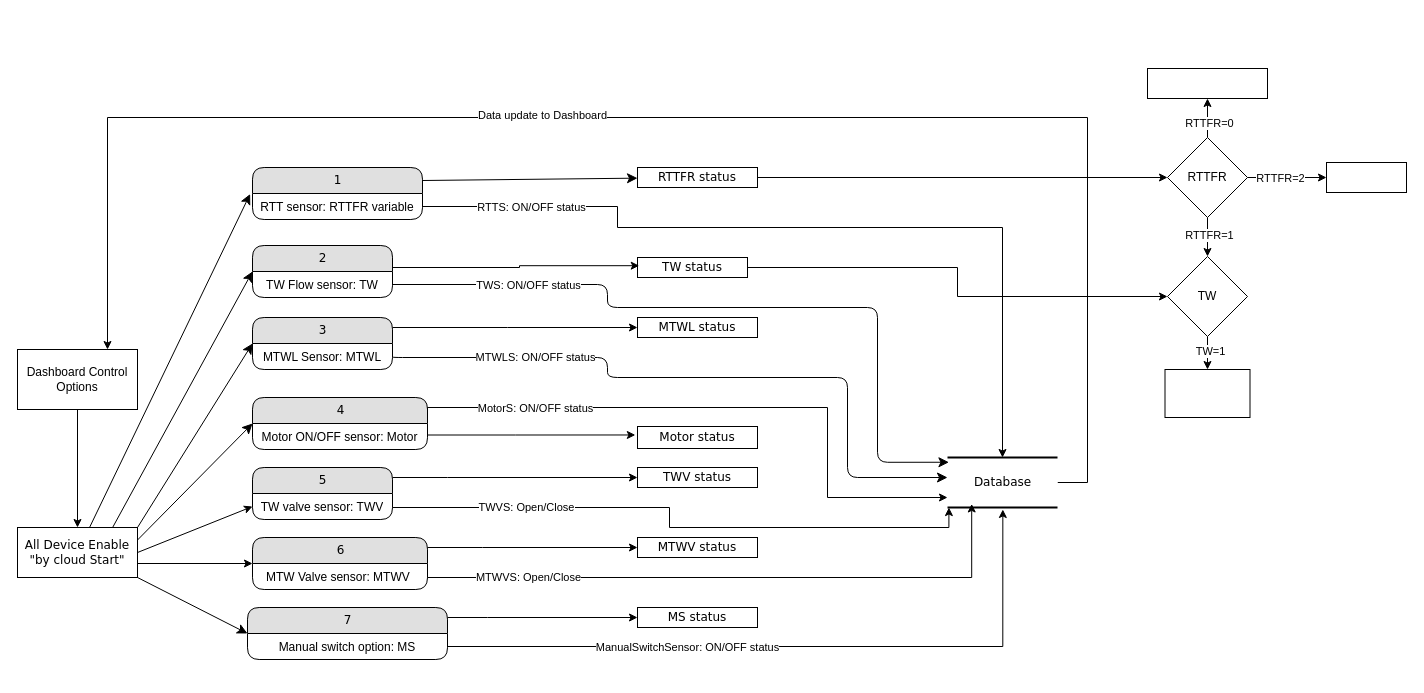
Above: HydroSense IoT.drawio in ThorPandit/HydroSense-IoT (draw.io), before the change. Source tidied: cells renumbered, new cells numbered last; positions are measured from the earlier drawing's top-left corner, leaving out a move shared by most shapes. Both pictures are drawn from the tidied source at 100%, with x=0, y=0 at pixel (17, 68).
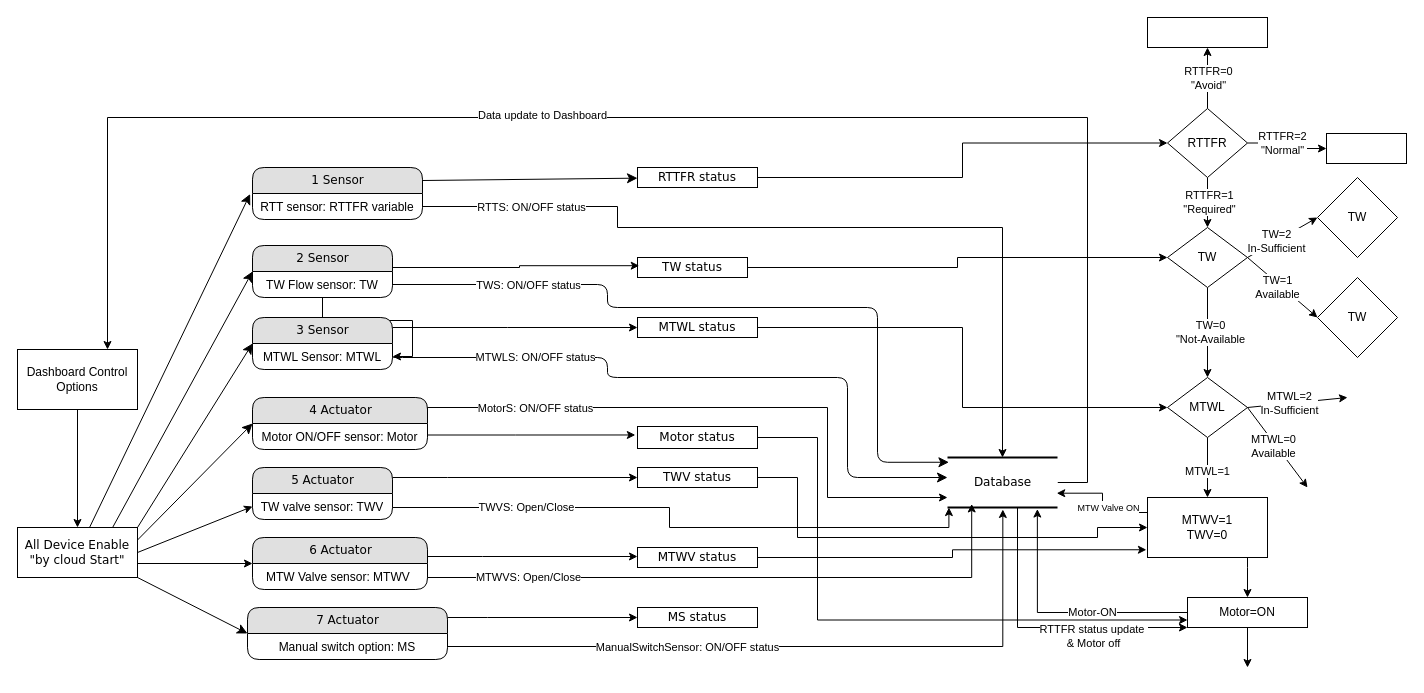
The same diagram, later.

The change refers to these unchanged cells:
```xml
<mxCell id="4" value="Database" style="html=1;rounded=0;shadow=0;comic=0;labelBackgroundColor=none;strokeWidth=2;fontFamily=Verdana;fontSize=12;align=center;shape=mxgraph.ios7ui.horLines;" parent="1" vertex="1">
  <mxGeometry x="930" y="389" width="110" height="50" as="geometry" />
</mxCell>
<mxCell id="18" value="MTWL Sensor: MTWL" style="text;html=1;strokeColor=none;fillColor=none;spacingLeft=4;spacingRight=4;whiteSpace=wrap;overflow=hidden;points=[[0,0.5],[1,0.5]];portConstraint=eastwest;align=center;" parent="17" vertex="1">
  <mxGeometry y="26" width="140" height="26" as="geometry" />
</mxCell>
<mxCell id="41" value="MTWL status" style="whiteSpace=wrap;html=1;rounded=0;shadow=0;comic=0;labelBackgroundColor=none;strokeWidth=1;fontFamily=Verdana;fontSize=12;align=center;" parent="1" vertex="1">
  <mxGeometry x="620" y="249" width="120" height="20" as="geometry" />
</mxCell>
<mxCell id="42" value="Motor status" style="whiteSpace=wrap;html=1;rounded=0;shadow=0;comic=0;labelBackgroundColor=none;strokeWidth=1;fontFamily=Verdana;fontSize=12;align=center;" parent="1" vertex="1">
  <mxGeometry x="620" y="358" width="120" height="22" as="geometry" />
</mxCell>
<mxCell id="52" value="TWV status" style="whiteSpace=wrap;html=1;rounded=0;shadow=0;comic=0;labelBackgroundColor=none;strokeWidth=1;fontFamily=Verdana;fontSize=12;align=center;" parent="1" vertex="1">
  <mxGeometry x="620" y="399" width="120" height="20" as="geometry" />
</mxCell>
<mxCell id="58" style="edgeStyle=orthogonalEdgeStyle;rounded=0;jettySize=auto;html=1;entryX=0.5;entryY=0;entryDx=0;entryDy=0;" parent="1" edge="1" source="64" target="70">
  <mxGeometry relative="1" as="geometry" />
</mxCell>
<mxCell id="60" style="edgeStyle=orthogonalEdgeStyle;rounded=0;jettySize=auto;html=1;" parent="1" edge="1" source="64" target="65">
  <mxGeometry relative="1" as="geometry" />
</mxCell>
<mxCell id="62" style="edgeStyle=orthogonalEdgeStyle;rounded=0;jettySize=auto;html=1;" parent="1" edge="1" source="64" target="66">
  <mxGeometry relative="1" as="geometry" />
</mxCell>
```

Diff of the diagram source:
```diff
@@
-    <mxCell id="11" value="1" style="swimlane;html=1;fontStyle=0;horizontal=1;startSize=26;fillColor=#e0e0e0;swimlaneFillColor=#ffffff;align=center;rounded=1;shadow=0;comic=0;labelBackgroundColor=none;strokeWidth=1;fontFamily=Verdana;fontSize=12;" parent="1" vertex="1">
+    <mxCell id="11" value="1 Sensor" style="swimlane;html=1;fontStyle=0;horizontal=1;startSize=26;fillColor=#e0e0e0;swimlaneFillColor=#ffffff;align=center;rounded=1;shadow=0;comic=0;labelBackgroundColor=none;strokeWidth=1;fontFamily=Verdana;fontSize=12;" parent="1" vertex="1">
       <mxGeometry x="235" y="99" width="170" height="52" as="geometry" />
     </mxCell>
@@
+    <mxCell id="72" style="edgeStyle=orthogonalEdgeStyle;rounded=0;jettySize=auto;html=1;" parent="1" edge="1" source="13" target="18">
+      <mxGeometry relative="1" as="geometry" />
+    </mxCell>
-    <mxCell id="13" value="2" style="swimlane;html=1;fontStyle=0;horizontal=1;startSize=26;fillColor=#e0e0e0;swimlaneFillColor=#ffffff;align=center;rounded=1;shadow=0;comic=0;labelBackgroundColor=none;strokeWidth=1;fontFamily=Verdana;fontSize=12;" parent="1" vertex="1">
+    <mxCell id="13" value="2 Sensor" style="swimlane;html=1;fontStyle=0;horizontal=1;startSize=26;fillColor=#e0e0e0;swimlaneFillColor=#ffffff;align=center;rounded=1;shadow=0;comic=0;labelBackgroundColor=none;strokeWidth=1;fontFamily=Verdana;fontSize=12;" parent="1" vertex="1">
       <mxGeometry x="235" y="177" width="140" height="52" as="geometry" />
     </mxCell>
@@
-    <mxCell id="17" value="3" style="swimlane;html=1;fontStyle=0;horizontal=1;startSize=26;fillColor=#e0e0e0;swimlaneFillColor=#ffffff;align=center;rounded=1;shadow=0;comic=0;labelBackgroundColor=none;strokeWidth=1;fontFamily=Verdana;fontSize=12;" parent="1" vertex="1">
+    <mxCell id="17" value="3 Sensor" style="swimlane;html=1;fontStyle=0;horizontal=1;startSize=26;fillColor=#e0e0e0;swimlaneFillColor=#ffffff;align=center;rounded=1;shadow=0;comic=0;labelBackgroundColor=none;strokeWidth=1;fontFamily=Verdana;fontSize=12;" parent="1" vertex="1">
       <mxGeometry x="235" y="249" width="140" height="52" as="geometry" />
     </mxCell>
@@
-    <mxCell id="20" value="4" style="swimlane;html=1;fontStyle=0;horizontal=1;startSize=26;fillColor=#e0e0e0;swimlaneFillColor=#ffffff;align=center;rounded=1;shadow=0;comic=0;labelBackgroundColor=none;strokeWidth=1;fontFamily=Verdana;fontSize=12;" parent="1" vertex="1">
+    <mxCell id="20" value="4 Actuator" style="swimlane;html=1;fontStyle=0;horizontal=1;startSize=26;fillColor=#e0e0e0;swimlaneFillColor=#ffffff;align=center;rounded=1;shadow=0;comic=0;labelBackgroundColor=none;strokeWidth=1;fontFamily=Verdana;fontSize=12;" parent="1" vertex="1">
       <mxGeometry x="235" y="329" width="175" height="52" as="geometry" />
     </mxCell>
@@
-    <mxCell id="24" value="7" style="swimlane;html=1;fontStyle=0;horizontal=1;startSize=26;fillColor=#e0e0e0;swimlaneFillColor=#ffffff;align=center;rounded=1;shadow=0;comic=0;labelBackgroundColor=none;strokeWidth=1;fontFamily=Verdana;fontSize=12;" parent="1" vertex="1">
+    <mxCell id="24" value="7 Actuator" style="swimlane;html=1;fontStyle=0;horizontal=1;startSize=26;fillColor=#e0e0e0;swimlaneFillColor=#ffffff;align=center;rounded=1;shadow=0;comic=0;labelBackgroundColor=none;strokeWidth=1;fontFamily=Verdana;fontSize=12;" parent="1" vertex="1">
       <mxGeometry x="230" y="539" width="200" height="52" as="geometry" />
     </mxCell>
@@
+    <mxCell id="73" style="edgeStyle=orthogonalEdgeStyle;rounded=0;jettySize=auto;html=1;entryX=0;entryY=0.5;entryDx=0;entryDy=0;" parent="1" edge="1" source="41" target="78">
+      <mxGeometry relative="1" as="geometry" />
+    </mxCell>
@@
+    <mxCell id="74" style="edgeStyle=orthogonalEdgeStyle;rounded=0;jettySize=auto;html=1;entryX=0;entryY=0.75;entryDx=0;entryDy=0;" parent="1" edge="1" source="42" target="88">
+      <mxGeometry relative="1" as="geometry">
+        <Array as="points">
+          <mxPoint x="800" y="369" />
+          <mxPoint x="800" y="552" />
+        </Array>
+      </mxGeometry>
+    </mxCell>
@@
-    <mxCell id="44" value="5" style="swimlane;html=1;fontStyle=0;horizontal=1;startSize=26;fillColor=#e0e0e0;swimlaneFillColor=#ffffff;align=center;rounded=1;shadow=0;comic=0;labelBackgroundColor=none;strokeWidth=1;fontFamily=Verdana;fontSize=12;" parent="1" vertex="1">
+    <mxCell id="44" value="5 Actuator" style="swimlane;html=1;fontStyle=0;horizontal=1;startSize=26;fillColor=#e0e0e0;swimlaneFillColor=#ffffff;align=center;rounded=1;shadow=0;comic=0;labelBackgroundColor=none;strokeWidth=1;fontFamily=Verdana;fontSize=12;" parent="1" vertex="1">
       <mxGeometry x="235" y="399" width="140" height="52" as="geometry" />
     </mxCell>
@@
-    <mxCell id="46" value="6" style="swimlane;html=1;fontStyle=0;horizontal=1;startSize=26;fillColor=#e0e0e0;swimlaneFillColor=#ffffff;align=center;rounded=1;shadow=0;comic=0;labelBackgroundColor=none;strokeWidth=1;fontFamily=Verdana;fontSize=12;" parent="1" vertex="1">
+    <mxCell id="46" value="6 Actuator" style="swimlane;html=1;fontStyle=0;horizontal=1;startSize=26;fillColor=#e0e0e0;swimlaneFillColor=#ffffff;align=center;rounded=1;shadow=0;comic=0;labelBackgroundColor=none;strokeWidth=1;fontFamily=Verdana;fontSize=12;" parent="1" vertex="1">
       <mxGeometry x="235" y="469" width="175" height="52" as="geometry" />
     </mxCell>
@@
+    <mxCell id="75" style="edgeStyle=orthogonalEdgeStyle;rounded=0;jettySize=auto;html=1;entryX=0;entryY=0.5;entryDx=0;entryDy=0;" parent="1" edge="1" source="52" target="86">
+      <mxGeometry relative="1" as="geometry">
+        <Array as="points">
+          <mxPoint x="780" y="409" />
+          <mxPoint x="780" y="469" />
+          <mxPoint x="1080" y="469" />
+          <mxPoint x="1080" y="459" />
+        </Array>
+      </mxGeometry>
+    </mxCell>
@@
-    <mxCell id="53" style="edgeStyle=orthogonalEdgeStyle;rounded=0;jettySize=auto;html=1;entryX=0;entryY=0.5;entryDx=0;entryDy=0;" parent="1" edge="1" target="54">
+    <mxCell id="53" style="edgeStyle=orthogonalEdgeStyle;rounded=0;orthogonalLoop=1;jettySize=auto;html=1;entryX=0;entryY=0.5;entryDx=0;entryDy=0;" parent="1" edge="1">
       <mxGeometry relative="1" as="geometry">
-        <mxPoint x="410" y="479" as="sourcePoint" />
+        <mxPoint x="410" y="488" as="sourcePoint" />
+        <mxPoint x="620" y="488" as="targetPoint" />
         <Array as="points">
-          <mxPoint x="465" y="479" />
-          <mxPoint x="465" y="479" />
+          <mxPoint x="465" y="488" />
+          <mxPoint x="465" y="488" />
         </Array>
       </mxGeometry>
     </mxCell>
     <mxCell id="54" value="MTWV status" style="whiteSpace=wrap;html=1;rounded=0;shadow=0;comic=0;labelBackgroundColor=none;strokeWidth=1;fontFamily=Verdana;fontSize=12;align=center;" parent="1" vertex="1">
-      <mxGeometry x="620" y="469" width="120" height="20" as="geometry" />
+      <mxGeometry x="620" y="479" width="120" height="20" as="geometry" />
     </mxCell>
@@
-    <mxCell id="59" value="RTTFR=1" style="edgeLabel;html=1;align=center;verticalAlign=middle;" parent="58" vertex="1">
+    <mxCell id="59" value="RTTFR=1&lt;div&gt;&quot;Required&quot;&lt;/div&gt;" style="edgeLabel;html=1;align=center;verticalAlign=middle;" parent="58" vertex="1">
       <mxGeometry x="0.11" y="1" relative="1" as="geometry">
         <mxPoint y="-4" as="offset" />
       </mxGeometry>
     </mxCell>
@@
-    <mxCell id="61" value="RTTFR=2" style="edgeLabel;html=1;align=center;verticalAlign=middle;" parent="60" vertex="1">
+    <mxCell id="61" value="RTTFR=2&lt;div&gt;&quot;Normal&quot;&lt;/div&gt;" style="edgeLabel;html=1;align=center;verticalAlign=middle;" parent="60" vertex="1">
       <mxGeometry x="-0.2" y="-2" relative="1" as="geometry">
         <mxPoint y="-2" as="offset" />
       </mxGeometry>
     </mxCell>
@@
-    <mxCell id="63" value="RTTFR=0" style="edgeLabel;html=1;align=center;verticalAlign=middle;" parent="62" vertex="1">
-      <mxGeometry x="-0.25" y="-1" relative="1" as="geometry" />
+    <mxCell id="63" value="RTTFR=0&lt;div&gt;&quot;Avoid&quot;&lt;/div&gt;" style="edgeLabel;html=1;align=center;verticalAlign=middle;" parent="62" vertex="1">
+      <mxGeometry x="-0.25" y="-1" relative="1" as="geometry">
+        <mxPoint x="-1" y="-8" as="offset" />
+      </mxGeometry>
     </mxCell>
     <mxCell id="64" value="RTTFR" style="rhombus;whiteSpace=wrap;html=1;" parent="1" vertex="1">
-      <mxGeometry x="1150" y="69" width="80" height="80" as="geometry" />
+      <mxGeometry x="1150" y="40" width="80" height="69" as="geometry" />
     </mxCell>
     <mxCell id="65" style="rounded=0;whiteSpace=wrap;html=1;" parent="1" vertex="1">
-      <mxGeometry x="1309" y="94" width="80" height="30" as="geometry" />
+      <mxGeometry x="1309" y="65" width="80" height="30" as="geometry" />
     </mxCell>
     <mxCell id="66" style="rounded=0;whiteSpace=wrap;html=1;" parent="1" vertex="1">
-      <mxGeometry x="1130" width="120" height="30" as="geometry" />
+      <mxGeometry x="1130" y="-51" width="120" height="30" as="geometry" />
     </mxCell>
@@
-    <mxCell id="68" style="edgeStyle=orthogonalEdgeStyle;rounded=0;jettySize=auto;html=1;" parent="1" edge="1" source="70" target="71">
+    <mxCell id="68" style="edgeStyle=orthogonalEdgeStyle;rounded=0;jettySize=auto;html=1;entryX=0.5;entryY=0;entryDx=0;entryDy=0;" parent="1" edge="1" source="70" target="78">
       <mxGeometry relative="1" as="geometry" />
     </mxCell>
-    <mxCell id="69" value="TW=1" style="edgeLabel;html=1;align=center;verticalAlign=middle;" parent="68" vertex="1">
-      <mxGeometry x="0.19" y="2" relative="1" as="geometry" />
+    <mxCell id="69" value="TW=0&lt;div&gt;&quot;Not-Available&lt;/div&gt;" style="edgeLabel;html=1;align=center;verticalAlign=middle;" parent="68" vertex="1">
+      <mxGeometry x="0.19" y="2" relative="1" as="geometry">
+        <mxPoint y="-10" as="offset" />
+      </mxGeometry>
     </mxCell>
     <mxCell id="70" value="TW" style="rhombus;whiteSpace=wrap;html=1;" parent="1" vertex="1">
-      <mxGeometry x="1150" y="188" width="80" height="80" as="geometry" />
+      <mxGeometry x="1150" y="159" width="80" height="60" as="geometry" />
     </mxCell>
-    <mxCell id="71" style="rounded=0;whiteSpace=wrap;html=1;" parent="1" vertex="1">
-      <mxGeometry x="1147.5" y="301" width="85" height="48" as="geometry" />
-    </mxCell>
+    <mxCell id="76" style="edgeStyle=orthogonalEdgeStyle;rounded=0;jettySize=auto;html=1;" parent="1" edge="1" source="78" target="86">
+      <mxGeometry relative="1" as="geometry" />
+    </mxCell>
+    <mxCell id="77" value="MTWL=1" style="edgeLabel;html=1;align=center;verticalAlign=middle;" parent="76" vertex="1">
+      <mxGeometry x="0.1" y="-1" relative="1" as="geometry" />
+    </mxCell>
+    <mxCell id="78" value="MTWL" style="rhombus;whiteSpace=wrap;html=1;" parent="1" vertex="1">
+      <mxGeometry x="1150" y="309" width="80" height="60" as="geometry" />
+    </mxCell>
+    <mxCell id="79" value="TW" style="rhombus;whiteSpace=wrap;html=1;" parent="1" vertex="1">
+      <mxGeometry x="1300" y="209" width="80" height="80" as="geometry" />
+    </mxCell>
+    <mxCell id="80" value="TW" style="rhombus;whiteSpace=wrap;html=1;" parent="1" vertex="1">
+      <mxGeometry x="1300" y="109" width="80" height="80" as="geometry" />
+    </mxCell>
+    <mxCell id="81" style="endArrow=classic;html=1;rounded=0;entryX=0;entryY=0.5;entryDx=0;entryDy=0;exitX=1;exitY=0.5;exitDx=0;exitDy=0;" parent="1" edge="1" source="70" target="80">
+      <mxGeometry relative="1" as="geometry" />
+    </mxCell>
+    <mxCell id="82" value="TW=2&lt;div&gt;In-Sufficient&lt;/div&gt;" style="edgeLabel;html=1;align=center;verticalAlign=middle;" parent="81" vertex="1">
+      <mxGeometry x="-0.17" relative="1" as="geometry" />
+    </mxCell>
+    <mxCell id="83" style="endArrow=classic;html=1;rounded=0;entryX=0;entryY=0.5;entryDx=0;entryDy=0;exitX=1;exitY=0.5;exitDx=0;exitDy=0;" parent="1" edge="1" source="70" target="79">
+      <mxGeometry relative="1" as="geometry" />
+    </mxCell>
+    <mxCell id="84" value="TW=1&lt;div&gt;Available&lt;/div&gt;" style="edgeLabel;html=1;align=center;verticalAlign=middle;" parent="83" vertex="1">
+      <mxGeometry x="-0.09" y="-3" relative="1" as="geometry" />
+    </mxCell>
+    <mxCell id="85" style="edgeStyle=orthogonalEdgeStyle;rounded=0;jettySize=auto;html=1;entryX=0.5;entryY=0;entryDx=0;entryDy=0;" parent="1" edge="1" source="86" target="88">
+      <mxGeometry relative="1" as="geometry">
+        <Array as="points">
+          <mxPoint x="1230" y="499" />
+          <mxPoint x="1230" y="499" />
+        </Array>
+      </mxGeometry>
+    </mxCell>
+    <mxCell id="86" value="MTWV=1&lt;br&gt;TWV=0" style="rounded=0;whiteSpace=wrap;html=1;" parent="1" vertex="1">
+      <mxGeometry x="1130" y="429" width="120" height="60" as="geometry" />
+    </mxCell>
+    <mxCell id="87" style="edgeStyle=orthogonalEdgeStyle;rounded=0;jettySize=auto;html=1;entryX=-0.009;entryY=0.871;entryDx=0;entryDy=0;entryPerimeter=0;" parent="1" edge="1" source="54" target="86">
+      <mxGeometry relative="1" as="geometry" />
+    </mxCell>
+    <mxCell id="88" value="Motor=ON" style="rounded=0;whiteSpace=wrap;html=1;" parent="1" vertex="1">
+      <mxGeometry x="1170" y="529" width="120" height="30" as="geometry" />
+    </mxCell>
+    <mxCell id="89" style="edgeStyle=orthogonalEdgeStyle;rounded=0;jettySize=auto;html=1;exitX=0;exitY=0.25;exitDx=0;exitDy=0;entryX=0.993;entryY=0.714;entryDx=0;entryDy=0;entryPerimeter=0;" parent="1" edge="1" source="86" target="4">
+      <mxGeometry relative="1" as="geometry" />
+    </mxCell>
+    <mxCell id="90" value="&lt;font style=&quot;font-size: 9px;&quot;&gt;MTW&amp;nbsp;&lt;/font&gt;&lt;span style=&quot;font-size: 9px; background-color: light-dark(#ffffff, var(--ge-dark-color, #121212)); color: light-dark(rgb(0, 0, 0), rgb(255, 255, 255));&quot;&gt;Valve ON&lt;/span&gt;" style="edgeLabel;html=1;align=center;verticalAlign=middle;" parent="89" vertex="1">
+      <mxGeometry x="-0.4" relative="1" as="geometry">
+        <mxPoint x="-7" y="-6" as="offset" />
+      </mxGeometry>
+    </mxCell>
+    <mxCell id="91" style="edgeStyle=orthogonalEdgeStyle;rounded=0;jettySize=auto;html=1;entryX=0.817;entryY=1.031;entryDx=0;entryDy=0;entryPerimeter=0;" parent="1" edge="1" source="88" target="4">
+      <mxGeometry relative="1" as="geometry" />
+    </mxCell>
+    <mxCell id="92" value="Motor-ON" style="edgeLabel;html=1;align=center;verticalAlign=middle;" parent="91" vertex="1">
+      <mxGeometry x="-0.24" y="-1" relative="1" as="geometry" />
+    </mxCell>
+    <mxCell id="93" style="endArrow=classic;html=1;rounded=0;exitX=1;exitY=0.5;exitDx=0;exitDy=0;" parent="1" edge="1">
+      <mxGeometry relative="1" as="geometry">
+        <mxPoint x="1230" y="339" as="sourcePoint" />
+        <mxPoint x="1330" y="329" as="targetPoint" />
+      </mxGeometry>
+    </mxCell>
+    <mxCell id="94" value="MTWL=2&lt;div&gt;In-Sufficient&lt;/div&gt;" style="edgeLabel;html=1;align=center;verticalAlign=middle;" parent="93" vertex="1">
+      <mxGeometry x="-0.17" relative="1" as="geometry" />
+    </mxCell>
+    <mxCell id="95" style="endArrow=classic;html=1;rounded=0;exitX=1;exitY=0.5;exitDx=0;exitDy=0;" parent="1" edge="1">
+      <mxGeometry relative="1" as="geometry">
+        <mxPoint x="1230" y="339" as="sourcePoint" />
+        <mxPoint x="1290" y="419" as="targetPoint" />
+      </mxGeometry>
+    </mxCell>
+    <mxCell id="96" value="MTWL=0&lt;div&gt;Available&lt;/div&gt;" style="edgeLabel;html=1;align=center;verticalAlign=middle;" parent="95" vertex="1">
+      <mxGeometry x="-0.09" y="-3" relative="1" as="geometry" />
+    </mxCell>
+    <mxCell id="97" style="endArrow=classic;html=1;rounded=0;exitX=0.5;exitY=1;exitDx=0;exitDy=0;" parent="1" edge="1" source="88">
+      <mxGeometry relative="1" as="geometry">
+        <mxPoint x="1230" y="599" as="targetPoint" />
+      </mxGeometry>
+    </mxCell>
+    <mxCell id="98" style="endArrow=classic;html=1;rounded=0;entryX=0;entryY=1;entryDx=0;entryDy=0;" parent="1" edge="1" target="88">
+      <mxGeometry relative="1" as="geometry">
+        <mxPoint x="1000" y="439" as="sourcePoint" />
+        <Array as="points">
+          <mxPoint x="1000" y="559" />
+        </Array>
+      </mxGeometry>
+    </mxCell>
+    <mxCell id="99" value="RTTFR status update&amp;nbsp;&lt;div&gt;&amp;amp; Motor off&lt;/div&gt;" style="edgeLabel;html=1;align=center;verticalAlign=middle;" parent="98" vertex="1">
+      <mxGeometry x="0.22" y="-1" relative="1" as="geometry">
+        <mxPoint x="18" y="7" as="offset" />
+      </mxGeometry>
+    </mxCell>
```
